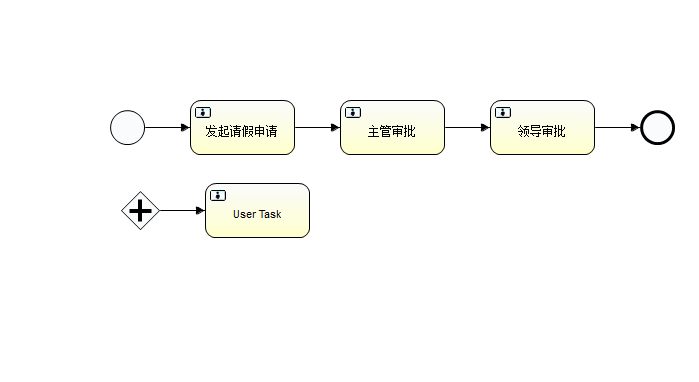
158295002/repository-eclipse keeps this BPMN diagram as Activiti-demo/src/main/resources/diagrams/leaveProcess.png. Above is the earlier version. Its source is kept beside it as Activiti-demo/src/main/resources/diagrams/leaveProcess.bpmn. Ids are renumbered.
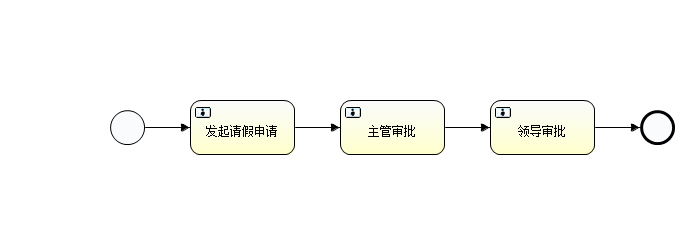
Later version of the same file.

The edit, as a diff of the source:
```diff
@@ -9,9 +9,6 @@
     <sequenceFlow id="flow3" sourceRef="usertask2" targetRef="usertask3"></sequenceFlow>
     <endEvent id="endevent2" name="End"></endEvent>
     <sequenceFlow id="flow4" sourceRef="usertask3" targetRef="endevent2"></sequenceFlow>
-    <parallelGateway id="parallelgateway2" name="Parallel Gateway"></parallelGateway>
-    <userTask id="usertask4" name="User Task"></userTask>
-    <sequenceFlow id="flow5" sourceRef="parallelgateway2" targetRef="usertask4"></sequenceFlow>
   </process>
   <bpmndi:BPMNDiagram id="BPMNDiagram_myProcess">
     <bpmndi:BPMNPlane bpmnElement="myProcess" id="BPMNPlane_myProcess">
@@ -30,12 +27,6 @@
       <bpmndi:BPMNShape bpmnElement="endevent2" id="BPMNShape_endevent2">
         <omgdc:Bounds height="35.0" width="35.0" x="640.0" y="110.0"></omgdc:Bounds>
       </bpmndi:BPMNShape>
-      <bpmndi:BPMNShape bpmnElement="parallelgateway2" id="BPMNShape_parallelgateway2">
-        <omgdc:Bounds height="40.0" width="40.0" x="120.0" y="190.0"></omgdc:Bounds>
-      </bpmndi:BPMNShape>
-      <bpmndi:BPMNShape bpmnElement="usertask4" id="BPMNShape_usertask4">
-        <omgdc:Bounds height="55.0" width="105.0" x="205.0" y="183.0"></omgdc:Bounds>
-      </bpmndi:BPMNShape>
       <bpmndi:BPMNEdge bpmnElement="flow1" id="BPMNEdge_flow1">
         <omgdi:waypoint x="145.0" y="127.0"></omgdi:waypoint>
         <omgdi:waypoint x="190.0" y="127.0"></omgdi:waypoint>
@@ -52,10 +43,6 @@
         <omgdi:waypoint x="595.0" y="127.0"></omgdi:waypoint>
         <omgdi:waypoint x="640.0" y="127.0"></omgdi:waypoint>
       </bpmndi:BPMNEdge>
-      <bpmndi:BPMNEdge bpmnElement="flow5" id="BPMNEdge_flow5">
-        <omgdi:waypoint x="160.0" y="210.0"></omgdi:waypoint>
-        <omgdi:waypoint x="205.0" y="210.0"></omgdi:waypoint>
-      </bpmndi:BPMNEdge>
     </bpmndi:BPMNPlane>
   </bpmndi:BPMNDiagram>
 </definitions>
```
